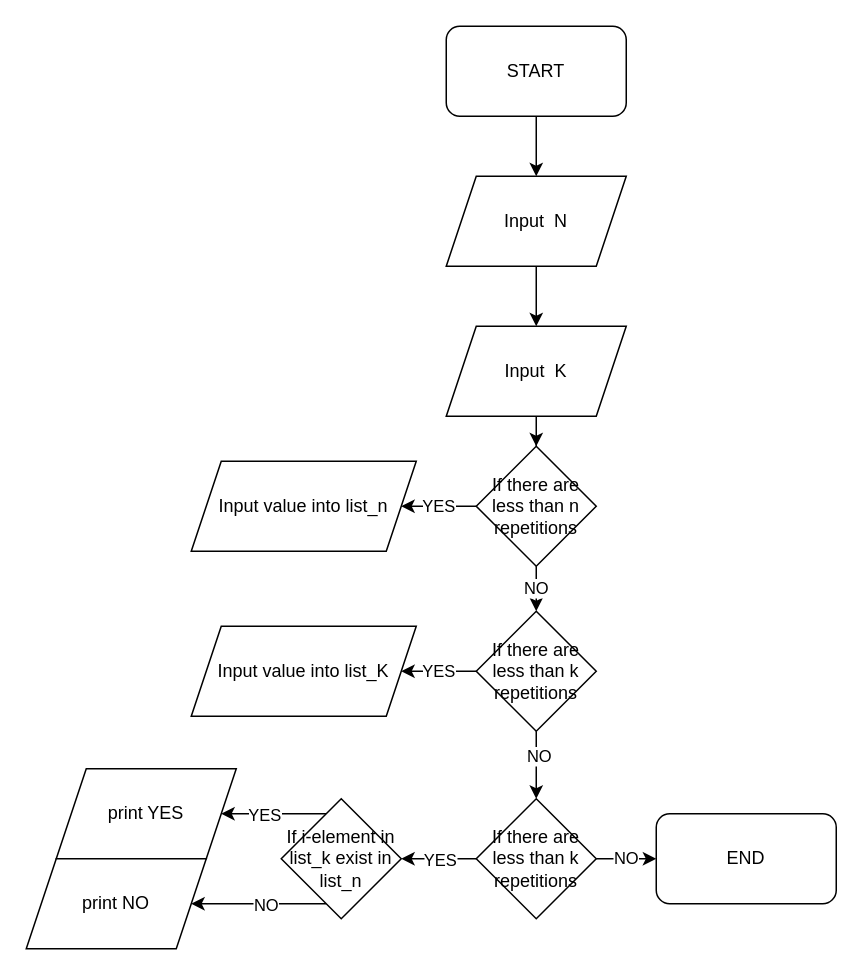
Earlier version of the draw.io diagram src/Flowchart_2/Flowchart 2_1.drawio (gafisun/java_ib). Source tidied: cells renumbered, new cells numbered last; positions are measured from the earlier drawing's top-left corner, leaving out a move shared by most shapes. Both pictures are drawn from the tidied source at 150%, with x=0, y=0 at pixel (26, 26).
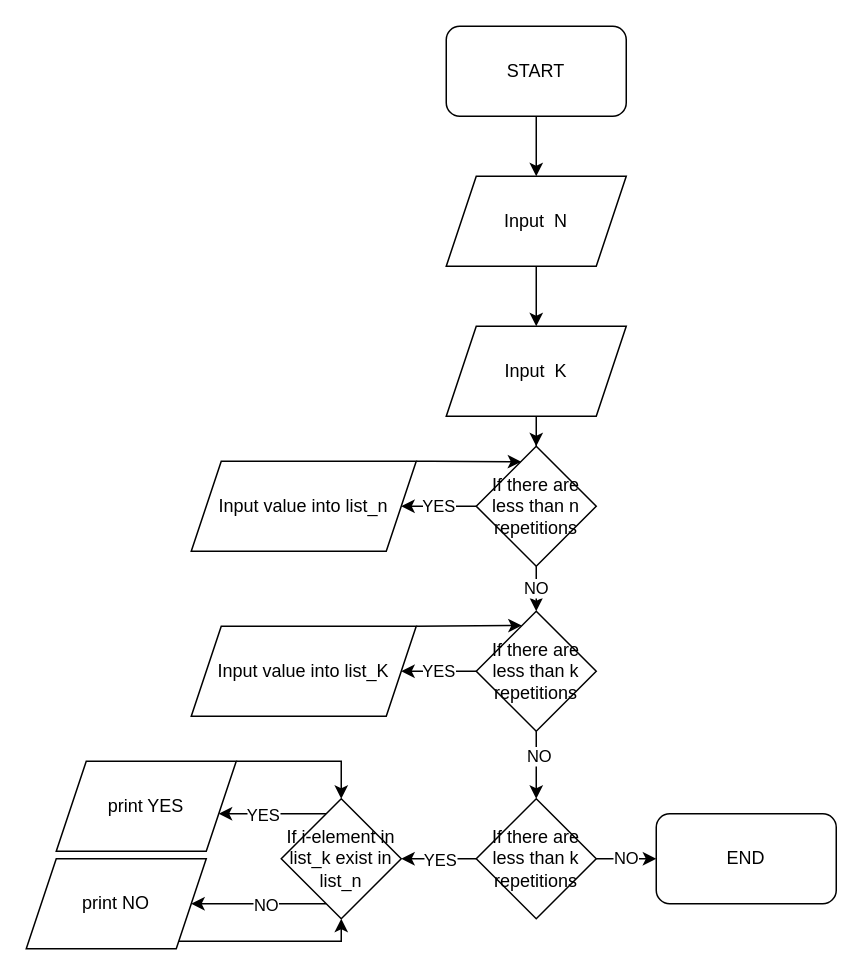
The same page after the edit.

Commit message (it also covers changes not shown here):
- Сделал flowchart для обеих задач

Unchanged cells that the change refers to:
```xml
<mxCell id="11" value="If there are less than n repetitions" style="rhombus;whiteSpace=wrap;html=1;" parent="1" vertex="1">
  <mxGeometry x="300" y="280" width="80" height="80" as="geometry" />
</mxCell>
<mxCell id="12" value="Input value into list_n" style="shape=parallelogram;perimeter=parallelogramPerimeter;whiteSpace=wrap;html=1;fixedSize=1;" parent="1" vertex="1">
  <mxGeometry x="110" y="290" width="150" height="60" as="geometry" />
</mxCell>
<mxCell id="16" value="If there are less than k repetitions" style="rhombus;whiteSpace=wrap;html=1;" parent="1" vertex="1">
  <mxGeometry x="300" y="390" width="80" height="80" as="geometry" />
</mxCell>
<mxCell id="17" value="Input value into list_K" style="shape=parallelogram;perimeter=parallelogramPerimeter;whiteSpace=wrap;html=1;fixedSize=1;" parent="1" vertex="1">
  <mxGeometry x="110" y="400" width="150" height="60" as="geometry" />
</mxCell>
<mxCell id="25" value="&lt;span&gt;If i-element in list_k exist in list_n&lt;/span&gt;" style="rhombus;whiteSpace=wrap;html=1;" parent="1" vertex="1">
  <mxGeometry x="170" y="515" width="80" height="80" as="geometry" />
</mxCell>
<mxCell id="27" value="print NO" style="shape=parallelogram;perimeter=parallelogramPerimeter;whiteSpace=wrap;html=1;fixedSize=1;" parent="1" vertex="1">
  <mxGeometry y="555" width="120" height="60" as="geometry" />
</mxCell>
```

Change to the diagram source:
```diff
@@
+    <mxCell id="28" style="edgeStyle=orthogonalEdgeStyle;rounded=0;jettySize=auto;html=1;exitX=1;exitY=0;exitDx=0;exitDy=0;entryX=0.375;entryY=0.129;entryDx=0;entryDy=0;entryPerimeter=0;" parent="1" edge="1" source="12" target="11">
+      <mxGeometry relative="1" as="geometry">
+        <Array as="points">
+          <mxPoint x="270" y="290" />
+          <mxPoint x="270" y="290" />
+        </Array>
+      </mxGeometry>
+    </mxCell>
@@
+    <mxCell id="29" style="edgeStyle=orthogonalEdgeStyle;rounded=0;jettySize=auto;html=1;entryX=0.379;entryY=0.119;entryDx=0;entryDy=0;entryPerimeter=0;" parent="1" edge="1" source="17" target="16">
+      <mxGeometry relative="1" as="geometry">
+        <Array as="points">
+          <mxPoint x="260" y="400" />
+        </Array>
+      </mxGeometry>
+    </mxCell>
@@
+    <mxCell id="30" style="edgeStyle=orthogonalEdgeStyle;rounded=0;jettySize=auto;html=1;" parent="1" edge="1" source="26" target="25">
+      <mxGeometry relative="1" as="geometry">
+        <Array as="points">
+          <mxPoint x="210" y="490" />
+        </Array>
+      </mxGeometry>
+    </mxCell>
     <mxCell id="26" value="print YES" style="shape=parallelogram;perimeter=parallelogramPerimeter;whiteSpace=wrap;html=1;fixedSize=1;" parent="1" vertex="1">
-      <mxGeometry x="20" y="495" width="120" height="60" as="geometry" />
+      <mxGeometry x="20" y="490" width="120" height="60" as="geometry" />
     </mxCell>
+    <mxCell id="31" style="edgeStyle=orthogonalEdgeStyle;rounded=0;jettySize=auto;html=1;entryX=0.5;entryY=1;entryDx=0;entryDy=0;" parent="1" edge="1" source="27" target="25">
+      <mxGeometry relative="1" as="geometry">
+        <Array as="points">
+          <mxPoint x="210" y="610" />
+        </Array>
+      </mxGeometry>
+    </mxCell>
```
